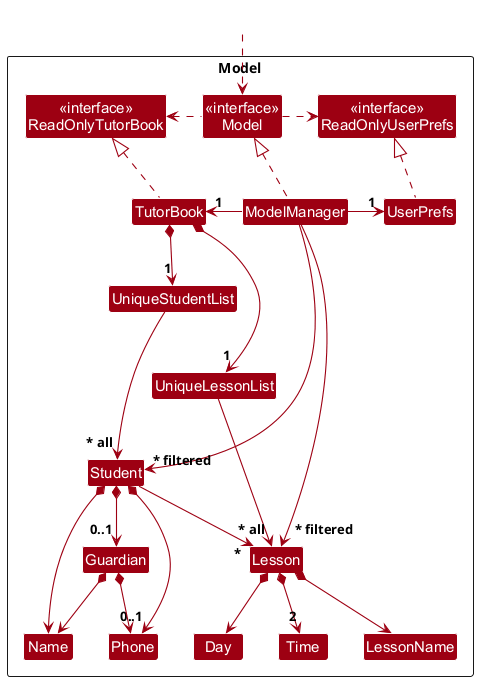
AY2627S1-CS2103T-F13-1/tp keeps this PlantUML diagram as docs/images/ModelClassDiagram.png. Above is the earlier version.
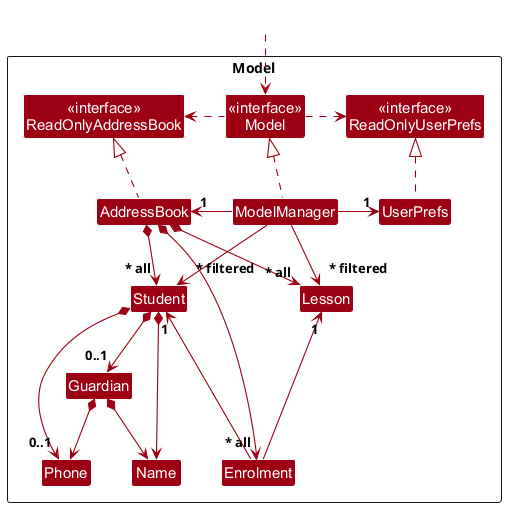
The same diagram one commit later.

Commit message:
Update Model and Storage class diagrams

Change to the diagram source:
```diff
@@ -3,61 +3,49 @@
 skinparam arrowThickness 1.1
 skinparam arrowColor MODEL_COLOR
 skinparam classBackgroundColor MODEL_COLOR
+skinparam nodesep 40
 
 Package Model as ModelPackage <<Rectangle>>{
-Class "<<interface>>\nReadOnlyTutorBook" as ReadOnlyTutorBook
+Class "<<interface>>\nReadOnlyAddressBook" as ReadOnlyAddressBook
 Class "<<interface>>\nReadOnlyUserPrefs" as ReadOnlyUserPrefs
 Class "<<interface>>\nModel" as Model
-Class TutorBook
+Class AddressBook
 Class ModelManager
 Class UserPrefs
 
-Class UniqueStudentList
-Class UniqueLessonList
 Class Student
+Class Enrolment
+Class Lesson
 Class Guardian
 Class Name
 Class Phone
-Class Lesson
-Class LessonName
-Class Day
-Class Time
-
-Class I #FFFFFF
 }
 
 Class HiddenOutside #FFFFFF
 HiddenOutside ..> Model
 
-TutorBook .up.|> ReadOnlyTutorBook
+AddressBook .up.|> ReadOnlyAddressBook
 
 ModelManager .up.|> Model
 Model .right.> ReadOnlyUserPrefs
-Model .left.> ReadOnlyTutorBook
-ModelManager -left-> "1" TutorBook
+Model .left.> ReadOnlyAddressBook
+ModelManager -left-> "1" AddressBook
 ModelManager -right-> "1" UserPrefs
 UserPrefs .up.|> ReadOnlyUserPrefs
 
-TutorBook *--> "1" UniqueStudentList
-TutorBook *--> "1" UniqueLessonList
-UniqueStudentList --> "~* all" Student
-UniqueLessonList --> "~* all" Lesson
+AddressBook *--> "~* all" Student
+AddressBook *--> "~* all" Lesson
+AddressBook *---> "~* all" Enrolment
+Enrolment -up-> "1" Student
+Enrolment -up-> "1" Lesson
 Student *--> Name
 Student *--> "0..1" Phone
 Student *--> "0..1" Guardian
-Student --> "*" Lesson
 Guardian *--> Name
 Guardian *--> Phone
-Lesson *--> LessonName
-Lesson *--> Day
-Lesson *--> "2" Time
 
-Student -[hidden]up--> I
-UniqueStudentList -[hidden]right-> I
-
-Name -[hidden]right-> Phone
-LessonName -[hidden]right-> Day
-Day -[hidden]right-> Time
+UserPrefs -[hidden]down- Lesson
+Phone -[hidden]right- Enrolment
 
 ModelManager --> "~* filtered" Student
 ModelManager --> "~* filtered" Lesson
```
